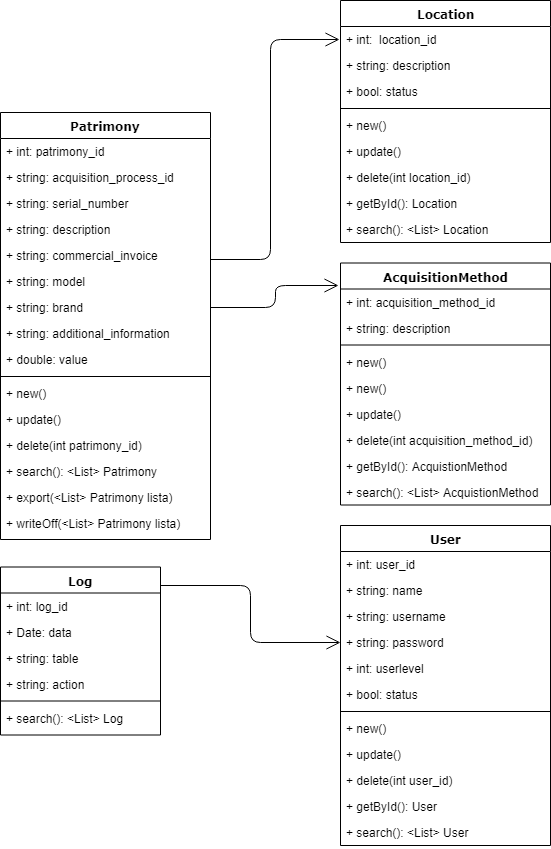
Earlier version of the draw.io export Diagramas/Diagrama_de_Classe.png (gabrielfelicidade/patrimonio-docs). Source tidied: cells renumbered, new cells last; positions are measured from the earlier drawing's top-left corner, leaving out a move shared by most shapes.
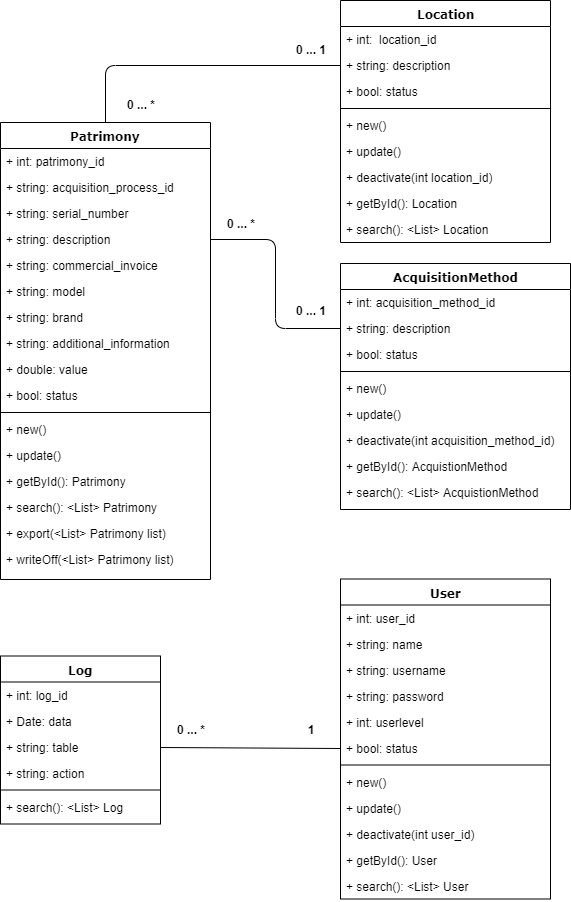
After the change.

Commit message:
280319 - Alterações nos Diagramas de Classe, DER e na documentação

What changed in the source:
```diff
@@ -3,7 +3,7 @@
     <mxCell id="0" />
     <mxCell id="1" parent="0" />
     <mxCell id="2" value="Patrimony" style="swimlane;html=1;fontStyle=1;align=center;verticalAlign=top;horizontal=1;startSize=26;swimlaneFillColor=#ffffff;rounded=0;shadow=0;comic=0;labelBackgroundColor=none;strokeColor=#000000;strokeWidth=1;fillColor=none;fontFamily=Verdana;fontSize=12;fontColor=#000000;" parent="1" vertex="1">
-      <mxGeometry y="112" width="210" height="427" as="geometry" />
+      <mxGeometry y="112" width="210" height="457" as="geometry" />
     </mxCell>
     <mxCell id="3" value="+ int: patrimony_id" style="text;html=1;strokeColor=none;fillColor=none;align=left;verticalAlign=top;spacingLeft=4;spacingRight=4;whiteSpace=wrap;overflow=hidden;" parent="2" vertex="1">
       <mxGeometry y="26" width="210" height="26" as="geometry" />
@@ -32,29 +32,32 @@
     <mxCell id="11" value="+ double: value" style="text;html=1;strokeColor=none;fillColor=none;align=left;verticalAlign=top;spacingLeft=4;spacingRight=4;whiteSpace=wrap;overflow=hidden;" parent="2" vertex="1">
       <mxGeometry y="234" width="210" height="26" as="geometry" />
     </mxCell>
+    <mxCell id="62" value="+ bool: status" style="text;html=1;strokeColor=none;fillColor=none;align=left;verticalAlign=top;spacingLeft=4;spacingRight=4;whiteSpace=wrap;overflow=hidden;" parent="2" vertex="1">
+      <mxGeometry y="260" width="210" height="26" as="geometry" />
+    </mxCell>
     <mxCell id="12" style="line;html=1;strokeWidth=1;fillColor=none;align=left;verticalAlign=middle;spacingTop=-1;spacingLeft=3;spacingRight=3;labelPosition=right;" parent="2" vertex="1">
-      <mxGeometry y="260" width="210" height="8" as="geometry" />
+      <mxGeometry y="286" width="210" height="8" as="geometry" />
     </mxCell>
     <mxCell id="13" value="+ new()" style="text;html=1;strokeColor=none;fillColor=none;align=left;verticalAlign=top;spacingLeft=4;spacingRight=4;whiteSpace=wrap;overflow=hidden;" parent="2" vertex="1">
-      <mxGeometry y="268" width="210" height="26" as="geometry" />
+      <mxGeometry y="294" width="210" height="26" as="geometry" />
     </mxCell>
     <mxCell id="14" value="+ update()" style="text;html=1;strokeColor=none;fillColor=none;align=left;verticalAlign=top;spacingLeft=4;spacingRight=4;whiteSpace=wrap;overflow=hidden;" parent="2" vertex="1">
-      <mxGeometry y="294" width="210" height="26" as="geometry" />
+      <mxGeometry y="320" width="210" height="26" as="geometry" />
     </mxCell>
-    <mxCell id="15" value="+ delete(int patrimony_id)" style="text;html=1;strokeColor=none;fillColor=none;align=left;verticalAlign=top;spacingLeft=4;spacingRight=4;whiteSpace=wrap;overflow=hidden;" parent="2" vertex="1">
-      <mxGeometry y="320" width="210" height="26" as="geometry" />
-    </mxCell>
+    <mxCell id="63" value="+ getById(): Patrimony" style="text;html=1;strokeColor=none;fillColor=none;align=left;verticalAlign=top;spacingLeft=4;spacingRight=4;whiteSpace=wrap;overflow=hidden;" parent="2" vertex="1">
+      <mxGeometry y="346" width="210" height="26" as="geometry" />
+    </mxCell>
     <mxCell id="16" value="+ search(): &amp;lt;List&amp;gt; Patrimony" style="text;html=1;strokeColor=none;fillColor=none;align=left;verticalAlign=top;spacingLeft=4;spacingRight=4;whiteSpace=wrap;overflow=hidden;" parent="2" vertex="1">
-      <mxGeometry y="346" width="210" height="26" as="geometry" />
+      <mxGeometry y="372" width="210" height="26" as="geometry" />
     </mxCell>
-    <mxCell id="17" value="+ export(&amp;lt;List&amp;gt; Patrimony lista)" style="text;html=1;strokeColor=none;fillColor=none;align=left;verticalAlign=top;spacingLeft=4;spacingRight=4;whiteSpace=wrap;overflow=hidden;" parent="2" vertex="1">
-      <mxGeometry y="372" width="210" height="26" as="geometry" />
+    <mxCell id="17" value="+ export(&amp;lt;List&amp;gt; Patrimony list)" style="text;html=1;strokeColor=none;fillColor=none;align=left;verticalAlign=top;spacingLeft=4;spacingRight=4;whiteSpace=wrap;overflow=hidden;" parent="2" vertex="1">
+      <mxGeometry y="398" width="210" height="26" as="geometry" />
     </mxCell>
-    <mxCell id="18" value="+ writeOff(&amp;lt;List&amp;gt; Patrimony lista)" style="text;html=1;strokeColor=none;fillColor=none;align=left;verticalAlign=top;spacingLeft=4;spacingRight=4;whiteSpace=wrap;overflow=hidden;" parent="2" vertex="1">
-      <mxGeometry y="398" width="210" height="26" as="geometry" />
+    <mxCell id="18" value="+ writeOff(&amp;lt;List&amp;gt; Patrimony list)" style="text;html=1;strokeColor=none;fillColor=none;align=left;verticalAlign=top;spacingLeft=4;spacingRight=4;whiteSpace=wrap;overflow=hidden;" parent="2" vertex="1">
+      <mxGeometry y="424" width="210" height="26" as="geometry" />
     </mxCell>
     <mxCell id="19" value="Location" style="swimlane;html=1;fontStyle=1;align=center;verticalAlign=top;horizontal=1;startSize=26;swimlaneFillColor=#ffffff;rounded=0;shadow=0;comic=0;labelBackgroundColor=none;strokeColor=#000000;strokeWidth=1;fillColor=none;fontFamily=Verdana;fontSize=12;fontColor=#000000;" parent="1" vertex="1">
-      <mxGeometry x="340" width="210" height="242" as="geometry" />
+      <mxGeometry x="340" y="-10" width="210" height="242" as="geometry" />
     </mxCell>
     <mxCell id="20" value="+ int:&amp;nbsp; location_id" style="text;html=1;strokeColor=none;fillColor=none;align=left;verticalAlign=top;spacingLeft=4;spacingRight=4;whiteSpace=wrap;overflow=hidden;" parent="19" vertex="1">
       <mxGeometry y="26" width="210" height="26" as="geometry" />
@@ -74,7 +77,7 @@
     <mxCell id="25" value="+ update()" style="text;html=1;strokeColor=none;fillColor=none;align=left;verticalAlign=top;spacingLeft=4;spacingRight=4;whiteSpace=wrap;overflow=hidden;" parent="19" vertex="1">
       <mxGeometry y="138" width="210" height="26" as="geometry" />
     </mxCell>
-    <mxCell id="26" value="+ delete(int location_id)&amp;nbsp;" style="text;html=1;strokeColor=none;fillColor=none;align=left;verticalAlign=top;spacingLeft=4;spacingRight=4;whiteSpace=wrap;overflow=hidden;" parent="19" vertex="1">
+    <mxCell id="26" value="+ deactivate(int location_id)&amp;nbsp;" style="text;html=1;strokeColor=none;fillColor=none;align=left;verticalAlign=top;spacingLeft=4;spacingRight=4;whiteSpace=wrap;overflow=hidden;" parent="19" vertex="1">
       <mxGeometry y="164" width="210" height="26" as="geometry" />
     </mxCell>
     <mxCell id="27" value="+ getById(): Location" style="text;html=1;strokeColor=none;fillColor=none;align=left;verticalAlign=top;spacingLeft=4;spacingRight=4;whiteSpace=wrap;overflow=hidden;" parent="19" vertex="1">
@@ -84,37 +87,37 @@
       <mxGeometry y="216" width="210" height="26" as="geometry" />
     </mxCell>
     <mxCell id="29" value="AcquisitionMethod" style="swimlane;html=1;fontStyle=1;align=center;verticalAlign=top;horizontal=1;startSize=26;swimlaneFillColor=#ffffff;rounded=0;shadow=0;comic=0;labelBackgroundColor=none;strokeColor=#000000;strokeWidth=1;fillColor=none;fontFamily=Verdana;fontSize=12;fontColor=#000000;" parent="1" vertex="1">
-      <mxGeometry x="340" y="262.5" width="210" height="242" as="geometry" />
+      <mxGeometry x="340" y="253" width="230" height="246" as="geometry" />
     </mxCell>
     <mxCell id="30" value="+ int: acquisition_method_id" style="text;html=1;strokeColor=none;fillColor=none;align=left;verticalAlign=top;spacingLeft=4;spacingRight=4;whiteSpace=wrap;overflow=hidden;" parent="29" vertex="1">
-      <mxGeometry y="26" width="210" height="26" as="geometry" />
+      <mxGeometry y="26" width="230" height="26" as="geometry" />
     </mxCell>
     <mxCell id="31" value="+ string: description" style="text;html=1;strokeColor=none;fillColor=none;align=left;verticalAlign=top;spacingLeft=4;spacingRight=4;whiteSpace=wrap;overflow=hidden;points=[[0,0.5],[1,0.5]];portConstraint=eastwest;" parent="29" vertex="1">
-      <mxGeometry y="52" width="210" height="26" as="geometry" />
+      <mxGeometry y="52" width="230" height="26" as="geometry" />
     </mxCell>
+    <mxCell id="64" value="+ bool: status" style="text;html=1;strokeColor=none;fillColor=none;align=left;verticalAlign=top;spacingLeft=4;spacingRight=4;whiteSpace=wrap;overflow=hidden;" parent="29" vertex="1">
+      <mxGeometry y="78" width="230" height="26" as="geometry" />
+    </mxCell>
     <mxCell id="32" style="line;html=1;strokeWidth=1;fillColor=none;align=left;verticalAlign=middle;spacingTop=-1;spacingLeft=3;spacingRight=3;labelPosition=right;" parent="29" vertex="1">
-      <mxGeometry y="78" width="210" height="8" as="geometry" />
+      <mxGeometry y="104" width="230" height="8" as="geometry" />
     </mxCell>
-    <mxCell id="33" value="+ new()" style="text;html=1;strokeColor=none;fillColor=none;align=left;verticalAlign=top;spacingLeft=4;spacingRight=4;whiteSpace=wrap;overflow=hidden;" parent="29" vertex="1">
-      <mxGeometry y="86" width="210" height="26" as="geometry" />
-    </mxCell>
     <mxCell id="34" value="+ new()" style="text;html=1;strokeColor=none;fillColor=none;align=left;verticalAlign=top;spacingLeft=4;spacingRight=4;whiteSpace=wrap;overflow=hidden;" parent="29" vertex="1">
-      <mxGeometry y="112" width="210" height="26" as="geometry" />
+      <mxGeometry y="112" width="230" height="26" as="geometry" />
     </mxCell>
     <mxCell id="35" value="+ update()" style="text;html=1;strokeColor=none;fillColor=none;align=left;verticalAlign=top;spacingLeft=4;spacingRight=4;whiteSpace=wrap;overflow=hidden;" parent="29" vertex="1">
-      <mxGeometry y="138" width="210" height="26" as="geometry" />
+      <mxGeometry y="138" width="230" height="26" as="geometry" />
     </mxCell>
-    <mxCell id="36" value="+ delete(int acquisition_method_id)&amp;nbsp;" style="text;html=1;strokeColor=none;fillColor=none;align=left;verticalAlign=top;spacingLeft=4;spacingRight=4;whiteSpace=wrap;overflow=hidden;" parent="29" vertex="1">
-      <mxGeometry y="164" width="210" height="26" as="geometry" />
+    <mxCell id="36" value="+ deactivate(int acquisition_method_id)&amp;nbsp;" style="text;html=1;strokeColor=none;fillColor=none;align=left;verticalAlign=top;spacingLeft=4;spacingRight=4;whiteSpace=wrap;overflow=hidden;" parent="29" vertex="1">
+      <mxGeometry y="164" width="230" height="26" as="geometry" />
     </mxCell>
     <mxCell id="37" value="+ getById(): AcquistionMethod" style="text;html=1;strokeColor=none;fillColor=none;align=left;verticalAlign=top;spacingLeft=4;spacingRight=4;whiteSpace=wrap;overflow=hidden;" parent="29" vertex="1">
-      <mxGeometry y="190" width="210" height="26" as="geometry" />
+      <mxGeometry y="190" width="230" height="26" as="geometry" />
     </mxCell>
     <mxCell id="38" value="+ search(): &amp;lt;List&amp;gt; AcquistionMethod" style="text;html=1;strokeColor=none;fillColor=none;align=left;verticalAlign=top;spacingLeft=4;spacingRight=4;whiteSpace=wrap;overflow=hidden;" parent="29" vertex="1">
-      <mxGeometry y="216" width="210" height="26" as="geometry" />
+      <mxGeometry y="216" width="230" height="26" as="geometry" />
     </mxCell>
     <mxCell id="39" value="Log" style="swimlane;html=1;fontStyle=1;align=center;verticalAlign=top;horizontal=1;startSize=26;swimlaneFillColor=#ffffff;rounded=0;shadow=0;comic=0;labelBackgroundColor=none;strokeColor=#000000;strokeWidth=1;fillColor=none;fontFamily=Verdana;fontSize=12;fontColor=#000000;" parent="1" vertex="1">
-      <mxGeometry y="566.5" width="160" height="168" as="geometry" />
+      <mxGeometry y="645.5" width="160" height="168" as="geometry" />
     </mxCell>
     <mxCell id="40" value="+ int: log_id" style="text;html=1;strokeColor=none;fillColor=none;align=left;verticalAlign=top;spacingLeft=4;spacingRight=4;whiteSpace=wrap;overflow=hidden;" parent="39" vertex="1">
       <mxGeometry y="26" width="160" height="26" as="geometry" />
@@ -135,7 +138,7 @@
       <mxGeometry y="138" width="160" height="26" as="geometry" />
     </mxCell>
     <mxCell id="46" value="User" style="swimlane;html=1;fontStyle=1;align=center;verticalAlign=top;horizontal=1;startSize=26;swimlaneFillColor=#ffffff;rounded=0;shadow=0;comic=0;labelBackgroundColor=none;strokeColor=#000000;strokeWidth=1;fillColor=none;fontFamily=Verdana;fontSize=12;fontColor=#000000;" parent="1" vertex="1">
-      <mxGeometry x="340" y="525" width="210" height="320" as="geometry" />
+      <mxGeometry x="340" y="568.5" width="210" height="320" as="geometry" />
     </mxCell>
     <mxCell id="47" value="+ int: user_id" style="text;html=1;strokeColor=none;fillColor=none;align=left;verticalAlign=top;spacingLeft=4;spacingRight=4;whiteSpace=wrap;overflow=hidden;" parent="46" vertex="1">
       <mxGeometry y="26" width="210" height="26" as="geometry" />
@@ -164,7 +167,7 @@
     <mxCell id="55" value="+ update()" style="text;html=1;strokeColor=none;fillColor=none;align=left;verticalAlign=top;spacingLeft=4;spacingRight=4;whiteSpace=wrap;overflow=hidden;" parent="46" vertex="1">
       <mxGeometry y="216" width="210" height="26" as="geometry" />
     </mxCell>
-    <mxCell id="56" value="+ delete(int user_id)&amp;nbsp;" style="text;html=1;strokeColor=none;fillColor=none;align=left;verticalAlign=top;spacingLeft=4;spacingRight=4;whiteSpace=wrap;overflow=hidden;" parent="46" vertex="1">
+    <mxCell id="56" value="+ deactivate(int user_id)&amp;nbsp;" style="text;html=1;strokeColor=none;fillColor=none;align=left;verticalAlign=top;spacingLeft=4;spacingRight=4;whiteSpace=wrap;overflow=hidden;" parent="46" vertex="1">
       <mxGeometry y="242" width="210" height="26" as="geometry" />
     </mxCell>
     <mxCell id="57" value="+ getById(): User" style="text;html=1;strokeColor=none;fillColor=none;align=left;verticalAlign=top;spacingLeft=4;spacingRight=4;whiteSpace=wrap;overflow=hidden;" parent="46" vertex="1">
@@ -173,22 +176,36 @@
     <mxCell id="58" value="+ search(): &amp;lt;List&amp;gt; User" style="text;html=1;strokeColor=none;fillColor=none;align=left;verticalAlign=top;spacingLeft=4;spacingRight=4;whiteSpace=wrap;overflow=hidden;" parent="46" vertex="1">
       <mxGeometry y="294" width="210" height="26" as="geometry" />
     </mxCell>
-    <mxCell id="59" style="endArrow=open;endFill=1;endSize=12;html=1;exitX=0.998;exitY=0.11;exitDx=0;exitDy=0;exitPerimeter=0;entryX=0;entryY=0.5;entryDx=0;entryDy=0;edgeStyle=orthogonalEdgeStyle;" parent="1" edge="1" source="39" target="50">
-      <mxGeometry relative="1" as="geometry" />
-    </mxCell>
-    <mxCell id="60" style="endArrow=open;endFill=1;endSize=12;html=1;edgeStyle=orthogonalEdgeStyle;" parent="1" edge="1">
-      <mxGeometry relative="1" as="geometry">
-        <mxPoint x="210" y="259" as="sourcePoint" />
-        <mxPoint x="339" y="39" as="targetPoint" />
-        <Array as="points">
-          <mxPoint x="210" y="259" />
-          <mxPoint x="270" y="259" />
-          <mxPoint x="270" y="39" />
-        </Array>
-      </mxGeometry>
-    </mxCell>
-    <mxCell id="61" style="endArrow=open;endFill=1;endSize=12;html=1;exitX=1;exitY=0.5;exitDx=0;exitDy=0;entryX=-0.01;entryY=0.093;entryDx=0;entryDy=0;entryPerimeter=0;edgeStyle=orthogonalEdgeStyle;" parent="1" edge="1" source="9" target="29">
-      <mxGeometry relative="1" as="geometry" />
-    </mxCell>
+    <mxCell id="65" style="edgeStyle=elbowEdgeStyle;html=1;endArrow=none;elbow=vertical;entryX=0;entryY=0.5;entryDx=0;entryDy=0;exitX=0.5;exitY=0;exitDx=0;exitDy=0;" parent="1" edge="1" source="2" target="21">
+      <mxGeometry relative="1" as="geometry">
+        <Array as="points">
+          <mxPoint x="220" y="55" />
+        </Array>
+      </mxGeometry>
+    </mxCell>
+    <mxCell id="66" style="html=1;endArrow=none;elbow=vertical;entryX=0;entryY=0.5;entryDx=0;entryDy=0;exitX=1;exitY=0.5;exitDx=0;exitDy=0;edgeStyle=orthogonalEdgeStyle;" parent="1" edge="1" source="6" target="31">
+      <mxGeometry relative="1" as="geometry" />
+    </mxCell>
+    <mxCell id="67" style="html=1;endArrow=none;elbow=vertical;entryX=0;entryY=0.5;entryDx=0;entryDy=0;exitX=1;exitY=0.5;exitDx=0;exitDy=0;" parent="1" edge="1" source="42" target="52">
+      <mxGeometry relative="1" as="geometry" />
+    </mxCell>
+    <mxCell id="68" value="0 ... *" style="text;html=1;strokeColor=none;fillColor=none;align=center;verticalAlign=middle;whiteSpace=wrap;rounded=0;fontStyle=1;" parent="1" vertex="1">
+      <mxGeometry x="120" y="84" width="40" height="20" as="geometry" />
+    </mxCell>
+    <mxCell id="69" value="0 ... 1" style="text;html=1;strokeColor=none;fillColor=none;align=center;verticalAlign=middle;whiteSpace=wrap;rounded=0;fontFamily=Helvetica;fontStyle=1;" parent="1" vertex="1">
+      <mxGeometry x="290" y="29" width="40" height="20" as="geometry" />
+    </mxCell>
+    <mxCell id="70" value="0 ... *" style="text;html=1;strokeColor=none;fillColor=none;align=center;verticalAlign=middle;whiteSpace=wrap;rounded=0;fontStyle=1;" parent="1" vertex="1">
+      <mxGeometry x="220" y="203" width="40" height="20" as="geometry" />
+    </mxCell>
+    <mxCell id="71" value="0 ... 1" style="text;html=1;strokeColor=none;fillColor=none;align=center;verticalAlign=middle;whiteSpace=wrap;rounded=0;fontFamily=Helvetica;fontStyle=1;" parent="1" vertex="1">
+      <mxGeometry x="290" y="290" width="40" height="20" as="geometry" />
+    </mxCell>
+    <mxCell id="72" value="0 ... *" style="text;html=1;strokeColor=none;fillColor=none;align=center;verticalAlign=middle;whiteSpace=wrap;rounded=0;fontStyle=1;" parent="1" vertex="1">
+      <mxGeometry x="170" y="708.5" width="40" height="20" as="geometry" />
+    </mxCell>
+    <mxCell id="73" value="1" style="text;html=1;strokeColor=none;fillColor=none;align=center;verticalAlign=middle;whiteSpace=wrap;rounded=0;fontStyle=1;" parent="1" vertex="1">
+      <mxGeometry x="290" y="708.5" width="40" height="20" as="geometry" />
+    </mxCell>
   </root>
 </mxGraphModel>
```
